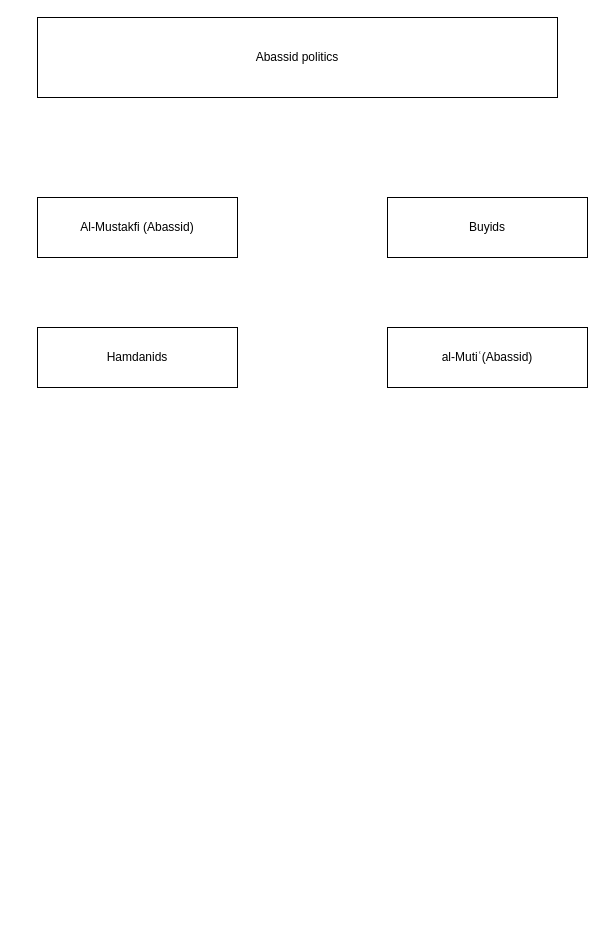
Earlier version of the draw.io diagram page "Al-Mustakfī bi-ʾllāh" (36 of 49) of Islam Groupings.drawio (azryzdy/hobbies). Source tidied: cells renumbered, new cells numbered last; positions are measured from the earlier drawing's top-left corner, leaving out a move shared by most shapes. Both pictures are drawn from the tidied source at 100%, with x=0, y=0 at pixel (37, 17).
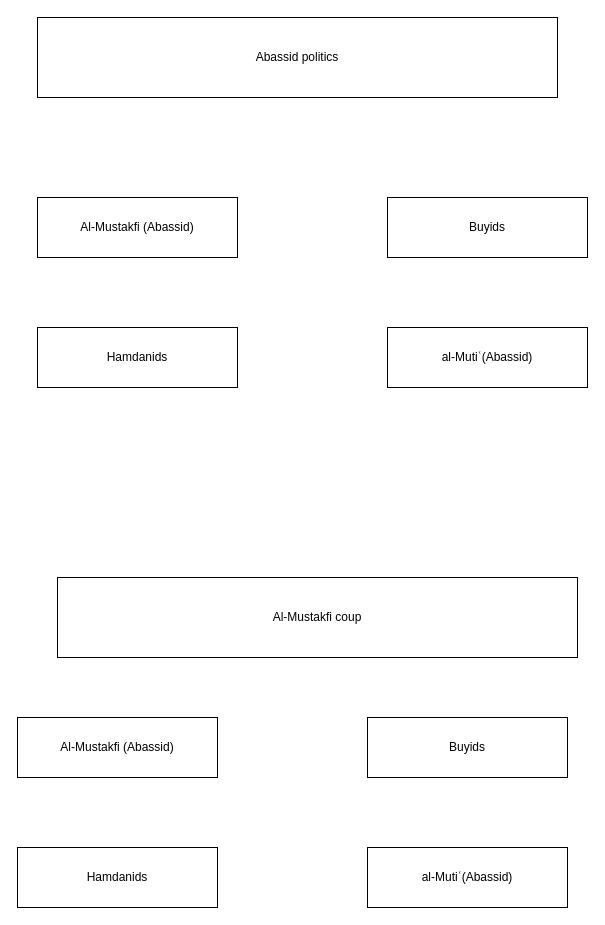
The same diagram, later.

Diff of the diagram source:
```diff
@@
 <mxGraphModel>
   <root>
     <mxCell id="0" />
     <mxCell id="1" parent="0" />
     <mxCell id="2" value="Abassid politics" style="rounded=0;whiteSpace=wrap;html=1;" parent="1" vertex="1">
       <mxGeometry width="520" height="80" as="geometry" />
     </mxCell>
     <mxCell id="3" value="Buyids " style="rounded=0;whiteSpace=wrap;html=1;" parent="1" vertex="1">
       <mxGeometry x="350" y="180" width="200" height="60" as="geometry" />
     </mxCell>
     <mxCell id="4" value="Al-Mustakfi (Abassid) " style="rounded=0;whiteSpace=wrap;html=1;" parent="1" vertex="1">
       <mxGeometry y="180" width="200" height="60" as="geometry" />
     </mxCell>
     <mxCell id="5" value="Hamdanids " style="rounded=0;whiteSpace=wrap;html=1;" parent="1" vertex="1">
       <mxGeometry y="310" width="200" height="60" as="geometry" />
     </mxCell>
     <mxCell id="6" value="al-Mutiʿ(Abassid)" style="rounded=0;whiteSpace=wrap;html=1;" parent="1" vertex="1">
       <mxGeometry x="350" y="310" width="200" height="60" as="geometry" />
     </mxCell>
+    <mxCell id="7" value="Buyids " style="rounded=0;whiteSpace=wrap;html=1;" parent="1" vertex="1">
+      <mxGeometry x="330" y="700" width="200" height="60" as="geometry" />
+    </mxCell>
+    <mxCell id="8" value="Al-Mustakfi (Abassid) " style="rounded=0;whiteSpace=wrap;html=1;" parent="1" vertex="1">
+      <mxGeometry x="-20" y="700" width="200" height="60" as="geometry" />
+    </mxCell>
+    <mxCell id="9" value="Hamdanids " style="rounded=0;whiteSpace=wrap;html=1;" parent="1" vertex="1">
+      <mxGeometry x="-20" y="830" width="200" height="60" as="geometry" />
+    </mxCell>
+    <mxCell id="10" value="al-Mutiʿ(Abassid)" style="rounded=0;whiteSpace=wrap;html=1;" parent="1" vertex="1">
+      <mxGeometry x="330" y="830" width="200" height="60" as="geometry" />
+    </mxCell>
+    <mxCell id="11" value="Al-Mustakfi coup" style="rounded=0;whiteSpace=wrap;html=1;" parent="1" vertex="1">
+      <mxGeometry x="20" y="560" width="520" height="80" as="geometry" />
+    </mxCell>
   </root>
 </mxGraphModel>
```
